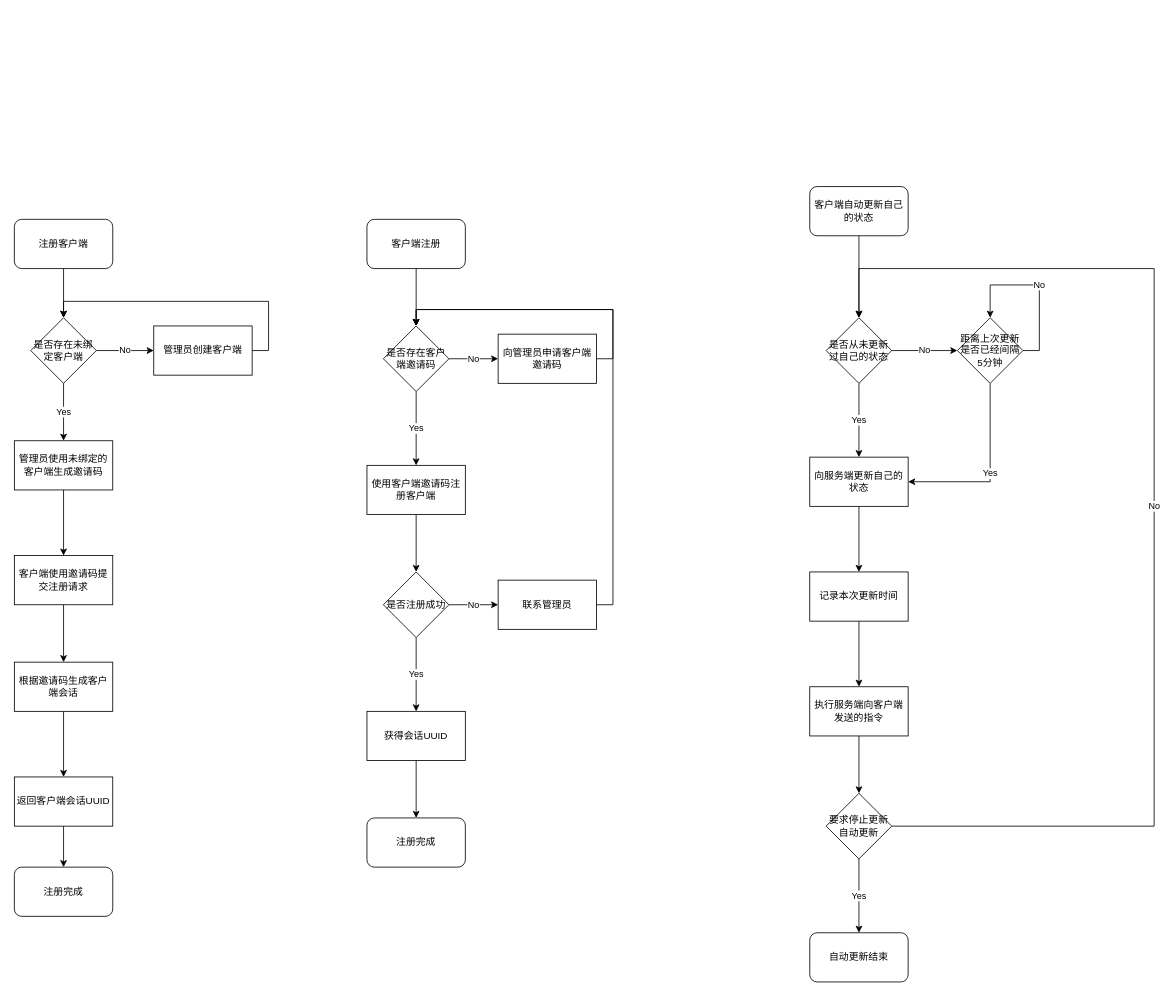
The draw.io diagram 基于Golang和React的内网资源管理软件-后端.drawio in anyingiit/Draw.io, before the edit. Source tidied: cells renumbered, new cells numbered last; positions are measured from the earlier drawing's top-left corner, leaving out a move shared by most shapes. Both pictures are drawn from the tidied source at 82%, with x=0, y=0 at pixel (14, 186).
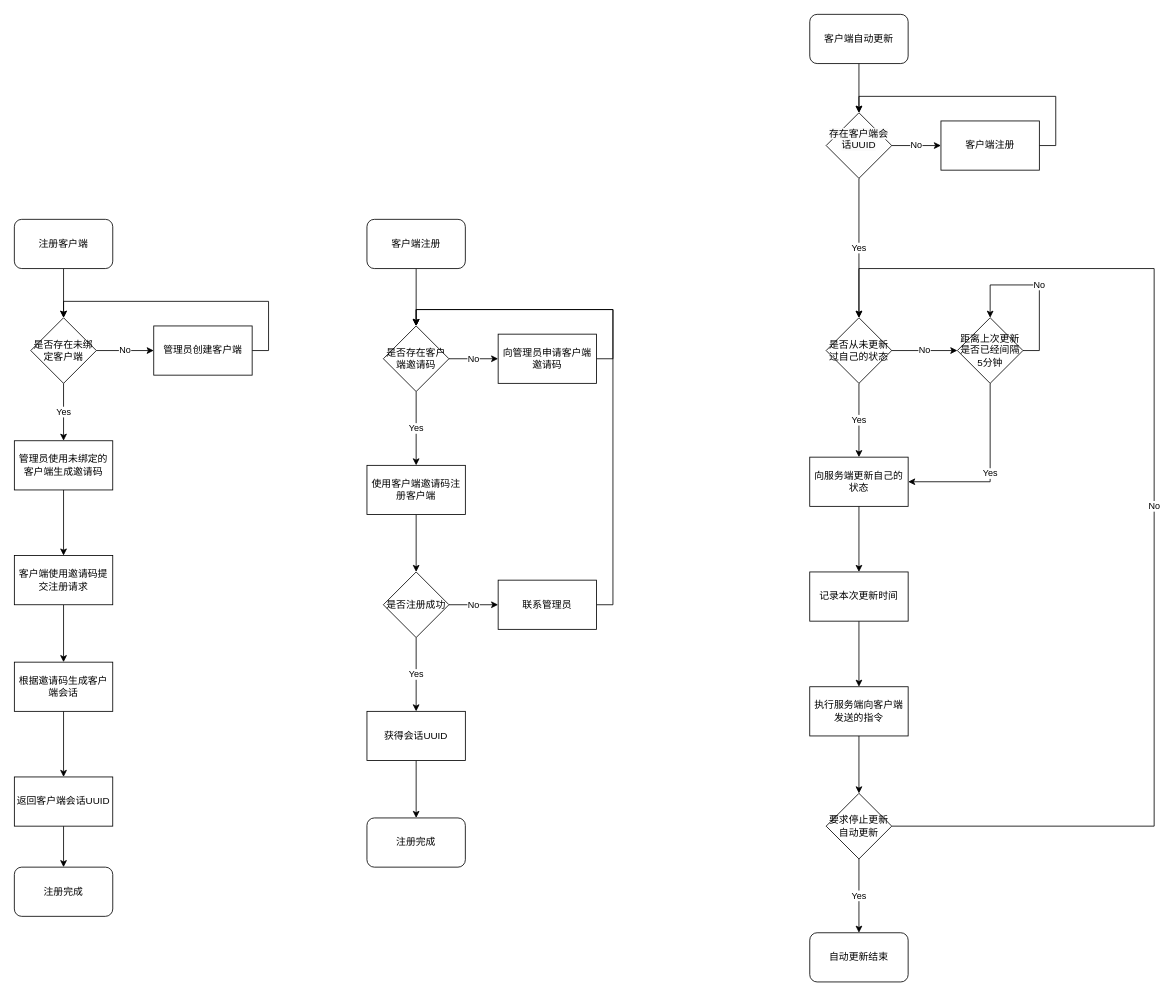
The same page after the edit.

Commit message (it also covers changes not shown here):
Update 基于Golang和React的内网资源管理软件-后端.drawio

The change refers to these unchanged cells:
```xml
<mxCell id="39" value="是否从未更新过自己的状态" style="rhombus;whiteSpace=wrap;html=1;" parent="1" vertex="1">
  <mxGeometry x="990" y="160" width="80" height="80" as="geometry" />
</mxCell>
```

Diff of the diagram source:
```diff
@@
-    <mxCell id="35" style="edgeStyle=orthogonalEdgeStyle;rounded=0;jettySize=auto;html=1;" parent="1" edge="1" source="36" target="39">
-      <mxGeometry relative="1" as="geometry" />
-    </mxCell>
-    <mxCell id="36" value="客户端自动更新自己的状态" style="rounded=1;whiteSpace=wrap;html=1;" parent="1" vertex="1">
-      <mxGeometry x="970" width="120" height="60" as="geometry" />
-    </mxCell>
@@
+    <mxCell id="53" value="Yes" style="edgeStyle=orthogonalEdgeStyle;rounded=0;jettySize=auto;html=1;exitX=0.5;exitY=1;exitDx=0;exitDy=0;" parent="1" edge="1" source="55" target="39">
+      <mxGeometry relative="1" as="geometry" />
+    </mxCell>
+    <mxCell id="54" value="No" style="edgeStyle=orthogonalEdgeStyle;rounded=0;jettySize=auto;html=1;" parent="1" edge="1" source="55" target="57">
+      <mxGeometry relative="1" as="geometry" />
+    </mxCell>
+    <mxCell id="55" value="&#10;&lt;span style=&quot;color: rgb(0, 0, 0); font-family: Helvetica; font-size: 12px; font-style: normal; font-variant-ligatures: normal; font-variant-caps: normal; font-weight: 400; letter-spacing: normal; orphans: 2; text-align: center; text-indent: 0px; text-transform: none; widows: 2; word-spacing: 0px; -webkit-text-stroke-width: 0px; background-color: rgb(251, 251, 251); text-decoration-thickness: initial; text-decoration-style: initial; text-decoration-color: initial; float: none; display: inline !important;&quot;&gt;存在客户端会话UUID&lt;/span&gt;&#10;&#10;" style="rhombus;whiteSpace=wrap;html=1;" parent="1" vertex="1">
+      <mxGeometry x="990" y="-90" width="80" height="80" as="geometry" />
+    </mxCell>
+    <mxCell id="56" style="edgeStyle=orthogonalEdgeStyle;rounded=0;jettySize=auto;html=1;exitX=1;exitY=0.5;exitDx=0;exitDy=0;entryX=0.5;entryY=0;entryDx=0;entryDy=0;" parent="1" edge="1" source="57" target="55">
+      <mxGeometry relative="1" as="geometry">
+        <Array as="points">
+          <mxPoint x="1270" y="-50" />
+          <mxPoint x="1270" y="-110" />
+          <mxPoint x="1030" y="-110" />
+        </Array>
+      </mxGeometry>
+    </mxCell>
+    <mxCell id="57" value="客户端注册" style="whiteSpace=wrap;html=1;" parent="1" vertex="1">
+      <mxGeometry x="1130" y="-80" width="120" height="60" as="geometry" />
+    </mxCell>
+    <mxCell id="58" style="edgeStyle=orthogonalEdgeStyle;rounded=0;jettySize=auto;html=1;exitX=0.5;exitY=1;exitDx=0;exitDy=0;entryX=0.5;entryY=0;entryDx=0;entryDy=0;" parent="1" edge="1" source="59" target="55">
+      <mxGeometry relative="1" as="geometry" />
+    </mxCell>
+    <mxCell id="59" value="客户端自动更新" style="rounded=1;whiteSpace=wrap;html=1;" parent="1" vertex="1">
+      <mxGeometry x="970" y="-210" width="120" height="60" as="geometry" />
+    </mxCell>
```
